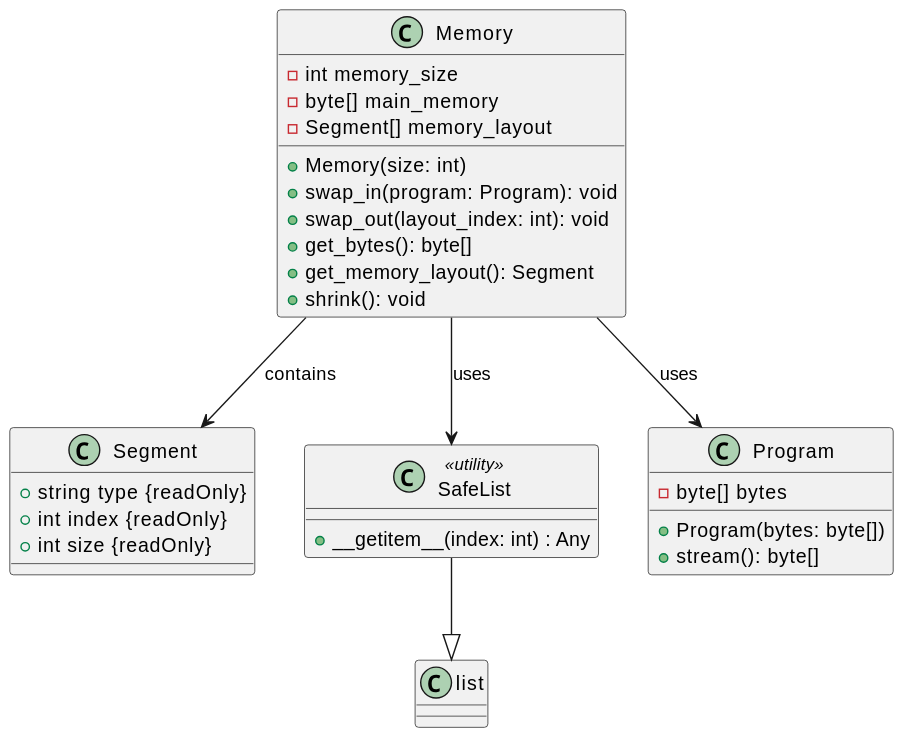
This is out/schema/MEMSIM.svg from Caue-Aron/MEMSIM, a PlantUML export, as it was before one commit.
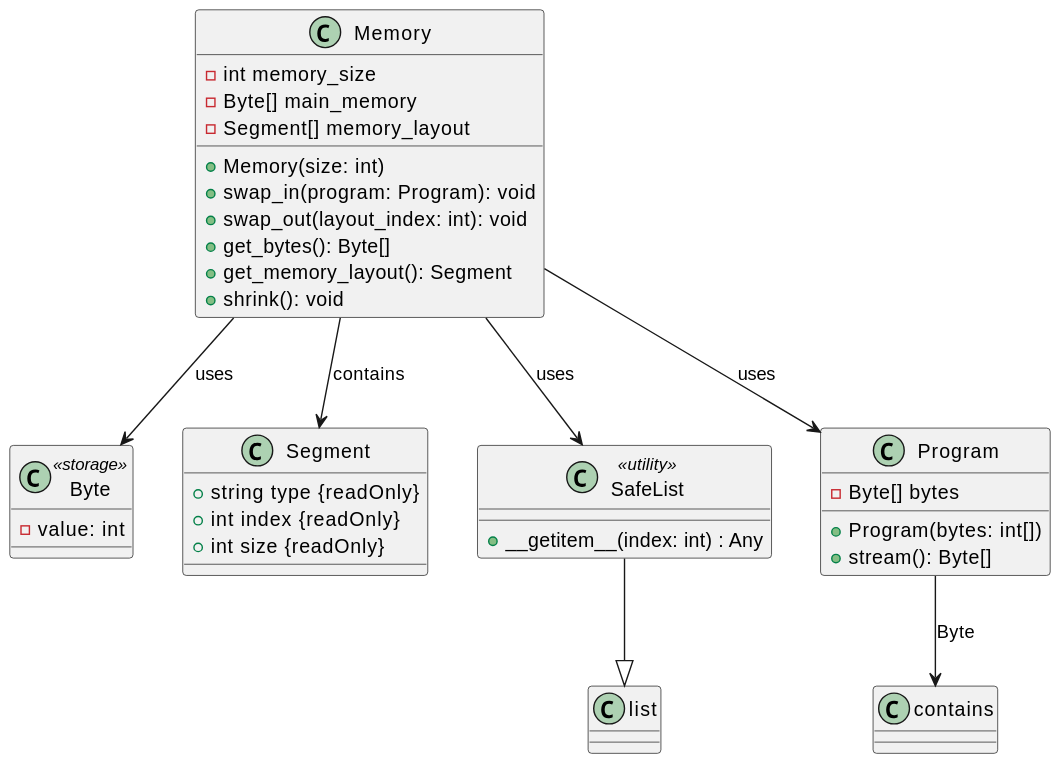
The same file after the commit.

Commit message:
feat(memsim): adicionado shrink

The edit, as a diff of the source:
```diff
@@ -1,15 +1,19 @@
 @startuml
 class Memory {
     - int memory_size
-    - byte[] main_memory
+    - Byte[] main_memory
     - Segment[] memory_layout
 
     + Memory(size: int)
     + swap_in(program: Program): void
     + swap_out(layout_index: int): void
-    + get_bytes(): byte[]
+    + get_bytes(): Byte[]
     + get_memory_layout(): Segment
     + shrink(): void
+}
+
+class Byte <<storage>> {
+    - value: int
 }
 
 class Segment {
@@ -23,14 +27,16 @@
 }
 
 class Program {
-    - byte[] bytes
+    - Byte[] bytes
 
-    + Program(bytes: byte[])
-    + stream(): byte[]
+    + Program(bytes: int[])
+    + stream(): Byte[]
 }
 
 SafeList --|> list
 Memory --> Program : uses
 Memory --> SafeList : uses
 Memory --> Segment : contains
+Memory --> Byte : uses
+Program --> contains : Byte
 @enduml
```
